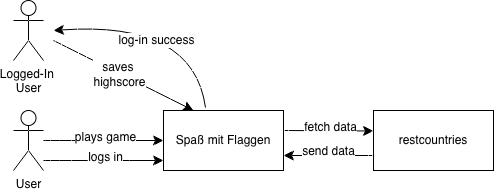
This is docs/architecture/chapter1-4Pics/business.png from r0135tE1/sqs, a draw.io export, as it was before one commit. Source tidied: cells renumbered, new cells last; positions are measured from the earlier drawing's top-left corner, leaving out a move shared by most shapes.
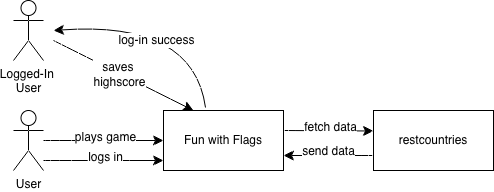
After the change.

Commit message:
Rename to Fun with flags in diagram

Change to the diagram source:
```diff
@@ -5,7 +5,7 @@
     <mxCell id="2" value="User" style="shape=umlActor;verticalLabelPosition=bottom;verticalAlign=top;html=1;outlineConnect=0;" parent="1" vertex="1">
       <mxGeometry y="110" width="30" height="60" as="geometry" />
     </mxCell>
-    <mxCell id="3" value="Spaß mit Flaggen" style="rounded=0;whiteSpace=wrap;html=1;" parent="1" vertex="1">
+    <mxCell id="3" value="Fun with Flags" style="rounded=0;whiteSpace=wrap;html=1;" parent="1" vertex="1">
       <mxGeometry x="150" y="110" width="120" height="60" as="geometry" />
     </mxCell>
     <mxCell id="4" style="endArrow=classic;html=1;rounded=0;fontSize=12;startSize=8;endSize=8;curved=1;entryX=0;entryY=0.5;entryDx=0;entryDy=0;" parent="1" edge="1" source="2" target="3">
```
